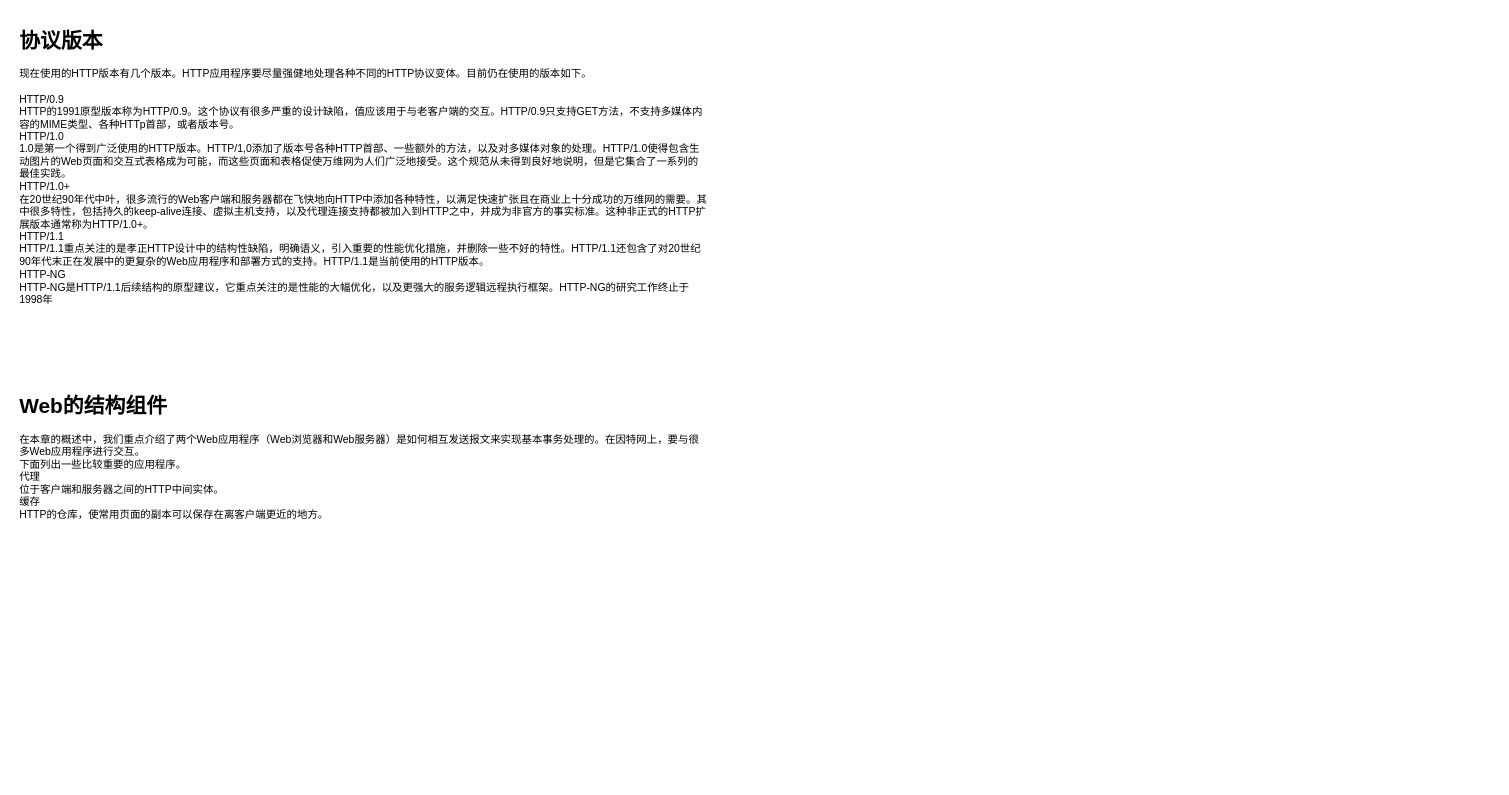
The draw.io diagram http深度学习_1.drawio in xionghailong1205/myh5learning, before the edit. Source tidied: cells renumbered, new cells numbered last; positions are measured from the earlier drawing's top-left corner, leaving out a move shared by most shapes. Both pictures are drawn from the tidied source at 87%, with x=0, y=0 at pixel (15, 23).
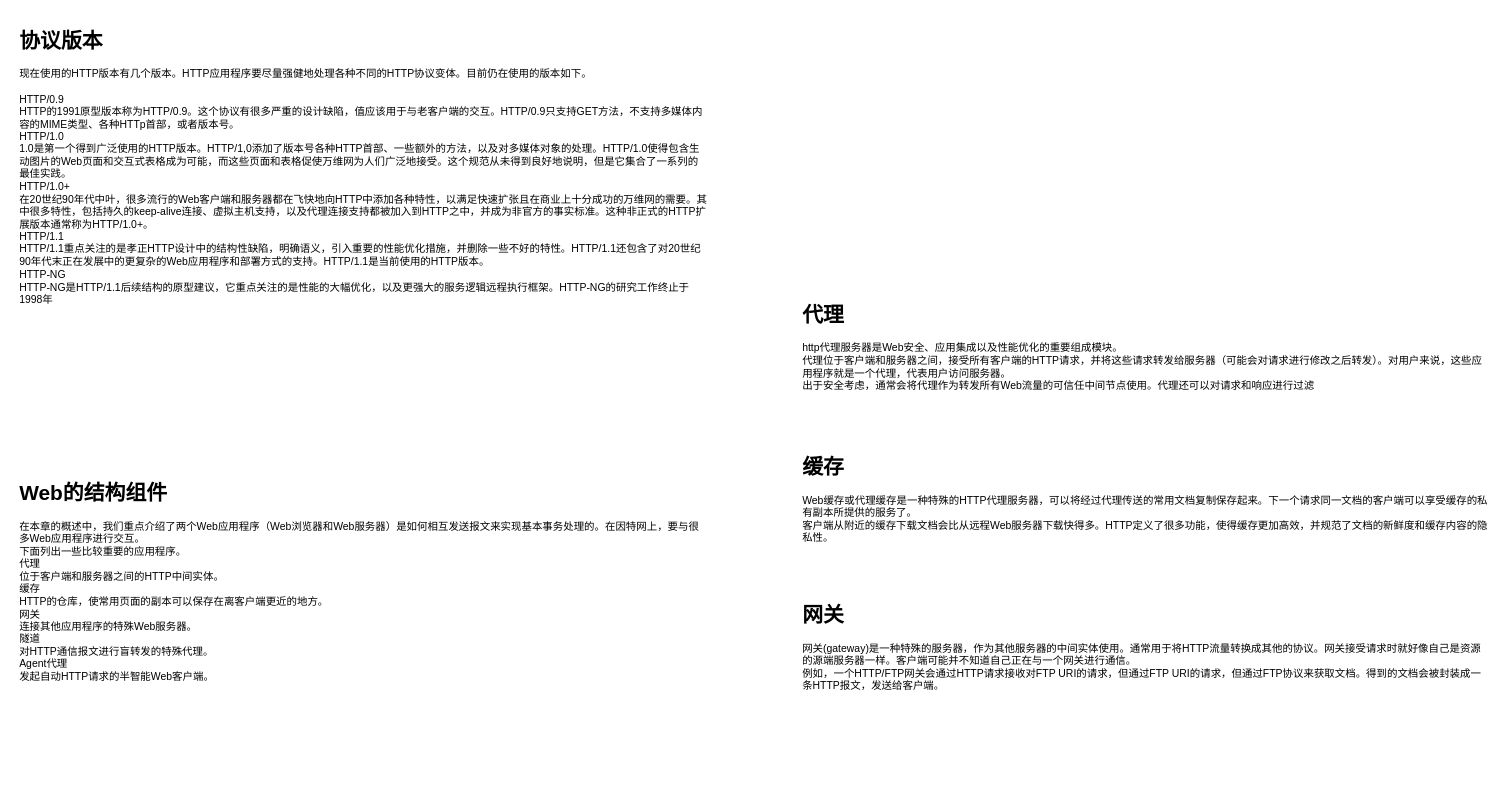
The same page after the edit.

Commit message:
更新http深度学习_1.drawio

Change to the diagram source:
```diff
@@
 <mxGraphModel>
   <root>
     <mxCell id="0" />
     <mxCell id="1" parent="0" />
     <mxCell id="2" value="&lt;h1&gt;协议版本&lt;/h1&gt;&lt;div&gt;现在使用的HTTP版本有几个版本。HTTP应用程序要尽量强健地处理各种不同的HTTP协议变体。目前仍在使用的版本如下。&lt;/div&gt;&lt;div&gt;&lt;br&gt;&lt;/div&gt;&lt;div&gt;HTTP/0.9&lt;/div&gt;&lt;div&gt;HTTP的1991原型版本称为HTTP/0.9。这个协议有很多严重的设计缺陷，值应该用于与老客户端的交互。HTTP/0.9只支持GET方法，不支持多媒体内容的MIME类型、各种HTTp首部，或者版本号。&lt;/div&gt;&lt;div&gt;HTTP/1.0&lt;/div&gt;&lt;div&gt;1.0是第一个得到广泛使用的HTTP版本。HTTP/1,0添加了版本号各种HTTP首部、一些额外的方法，以及对多媒体对象的处理。HTTP/1.0使得包含生动图片的Web页面和交互式表格成为可能，而这些页面和表格促使万维网为人们广泛地接受。这个规范从未得到良好地说明，但是它集合了一系列的最佳实践。&lt;/div&gt;&lt;div&gt;HTTP/1.0+&lt;/div&gt;&lt;div&gt;在20世纪90年代中叶，很多流行的Web客户端和服务器都在飞快地向HTTP中添加各种特性，以满足快速扩张且在商业上十分成功的万维网的需要。其中很多特性，包括持久的keep-alive连接、虚拟主机支持，以及代理连接支持都被加入到HTTP之中，并成为非官方的事实标准。这种非正式的HTTP扩展版本通常称为HTTP/1.0+。&lt;/div&gt;&lt;div&gt;HTTP/1.1&lt;/div&gt;&lt;div&gt;HTTP/1.1重点关注的是孝正HTTP设计中的结构性缺陷，明确语义，引入重要的性能优化措施，并删除一些不好的特性。HTTP/1.1还包含了对20世纪90年代末正在发展中的更复杂的Web应用程序和部署方式的支持。HTTP/1.1是当前使用的HTTP版本。&lt;/div&gt;&lt;div&gt;HTTP-NG&lt;/div&gt;&lt;div&gt;HTTP-NG是HTTP/1.1后续结构的原型建议，它重点关注的是性能的大幅优化，以及更强大的服务逻辑远程执行框架。HTTP-NG的研究工作终止于1998年&lt;/div&gt;" style="text;html=1;strokeColor=none;fillColor=none;spacing=5;spacingTop=-20;whiteSpace=wrap;overflow=hidden;rounded=0;" parent="1" vertex="1">
       <mxGeometry width="800" height="350" as="geometry" />
     </mxCell>
-    <mxCell id="3" value="&lt;h1&gt;Web的结构组件&lt;/h1&gt;&lt;div&gt;在本章的概述中，我们重点介绍了两个Web应用程序（Web浏览器和Web服务器）是如何相互发送报文来实现基本事务处理的。在因特网上，要与很多Web应用程序进行交互。&lt;/div&gt;&lt;div&gt;下面列出一些比较重要的应用程序。&lt;/div&gt;&lt;div&gt;代理&lt;/div&gt;&lt;div&gt;位于客户端和服务器之间的HTTP中间实体。&lt;/div&gt;&lt;div&gt;缓存&lt;/div&gt;&lt;div&gt;HTTP的仓库，使常用页面的副本可以保存在离客户端更近的地方。&lt;/div&gt;&lt;div&gt;&lt;br&gt;&lt;/div&gt;" style="text;html=1;strokeColor=none;fillColor=none;spacing=5;spacingTop=-20;whiteSpace=wrap;overflow=hidden;rounded=0;" parent="1" vertex="1">
-      <mxGeometry y="420" width="800" height="350" as="geometry" />
+    <mxCell id="3" value="&lt;h1&gt;Web的结构组件&lt;/h1&gt;&lt;div&gt;在本章的概述中，我们重点介绍了两个Web应用程序（Web浏览器和Web服务器）是如何相互发送报文来实现基本事务处理的。在因特网上，要与很多Web应用程序进行交互。&lt;/div&gt;&lt;div&gt;下面列出一些比较重要的应用程序。&lt;/div&gt;&lt;div&gt;代理&lt;/div&gt;&lt;div&gt;位于客户端和服务器之间的HTTP中间实体。&lt;/div&gt;&lt;div&gt;缓存&lt;/div&gt;&lt;div&gt;HTTP的仓库，使常用页面的副本可以保存在离客户端更近的地方。&lt;/div&gt;&lt;div&gt;网关&lt;/div&gt;&lt;div&gt;连接其他应用程序的特殊Web服务器。&lt;/div&gt;&lt;div&gt;隧道&lt;/div&gt;&lt;div&gt;对HTTP通信报文进行盲转发的特殊代理。&lt;/div&gt;&lt;div&gt;Agent代理&lt;/div&gt;&lt;div&gt;发起自动HTTP请求的半智能Web客户端。&lt;/div&gt;&lt;div&gt;&lt;br&gt;&lt;/div&gt;" style="text;html=1;strokeColor=none;fillColor=none;spacing=5;spacingTop=-20;whiteSpace=wrap;overflow=hidden;rounded=0;" parent="1" vertex="1">
+      <mxGeometry y="520" width="800" height="350" as="geometry" />
     </mxCell>
+    <mxCell id="4" value="&lt;h1&gt;代理&lt;/h1&gt;&lt;div&gt;http代理服务器是Web安全、应用集成以及性能优化的重要组成模块。&lt;/div&gt;&lt;div&gt;代理位于客户端和服务器之间，接受所有客户端的HTTP请求，并将这些请求转发给服务器（可能会对请求进行修改之后转发）。对用户来说，这些应用程序就是一个代理，代表用户访问服务器。&lt;/div&gt;&lt;div&gt;出于安全考虑，通常会将代理作为转发所有Web流量的可信任中间节点使用。代理还可以对请求和响应进行过滤&lt;/div&gt;&lt;div&gt;&lt;br&gt;&lt;/div&gt;" style="text;html=1;strokeColor=none;fillColor=none;spacing=5;spacingTop=-20;whiteSpace=wrap;overflow=hidden;rounded=0;" parent="1" vertex="1">
+      <mxGeometry x="900" y="315" width="800" height="125" as="geometry" />
+    </mxCell>
+    <mxCell id="5" value="&lt;h1&gt;缓存&lt;/h1&gt;&lt;div&gt;Web缓存或代理缓存是一种特殊的HTTP代理服务器，可以将经过代理传送的常用文档复制保存起来。下一个请求同一文档的客户端可以享受缓存的私有副本所提供的服务了。&lt;/div&gt;&lt;div&gt;客户端从附近的缓存下载文档会比从远程Web服务器下载快得多。HTTP定义了很多功能，使得缓存更加高效，并规范了文档的新鲜度和缓存内容的隐私性。&lt;/div&gt;&lt;div&gt;&lt;br&gt;&lt;/div&gt;" style="text;html=1;strokeColor=none;fillColor=none;spacing=5;spacingTop=-20;whiteSpace=wrap;overflow=hidden;rounded=0;" parent="1" vertex="1">
+      <mxGeometry x="900" y="490" width="800" height="125" as="geometry" />
+    </mxCell>
+    <mxCell id="6" value="&lt;h1&gt;网关&lt;/h1&gt;&lt;div&gt;网关(gateway)是一种特殊的服务器，作为其他服务器的中间实体使用。通常用于将HTTP流量转换成其他的协议。网关接受请求时就好像自己是资源的源端服务器一样。客户端可能并不知道自己正在与一个网关进行通信。&lt;/div&gt;&lt;div&gt;例如，一个HTTP/FTP网关会通过HTTP请求接收对FTP URI的请求，但通过FTP URI的请求，但通过FTP协议来获取文档。得到的文档会被封装成一条HTTP报文，发送给客户端。&lt;/div&gt;&lt;div&gt;&lt;br&gt;&lt;/div&gt;" style="text;html=1;strokeColor=none;fillColor=none;spacing=5;spacingTop=-20;whiteSpace=wrap;overflow=hidden;rounded=0;" parent="1" vertex="1">
+      <mxGeometry x="900" y="660" width="800" height="125" as="geometry" />
+    </mxCell>
   </root>
 </mxGraphModel>
```
